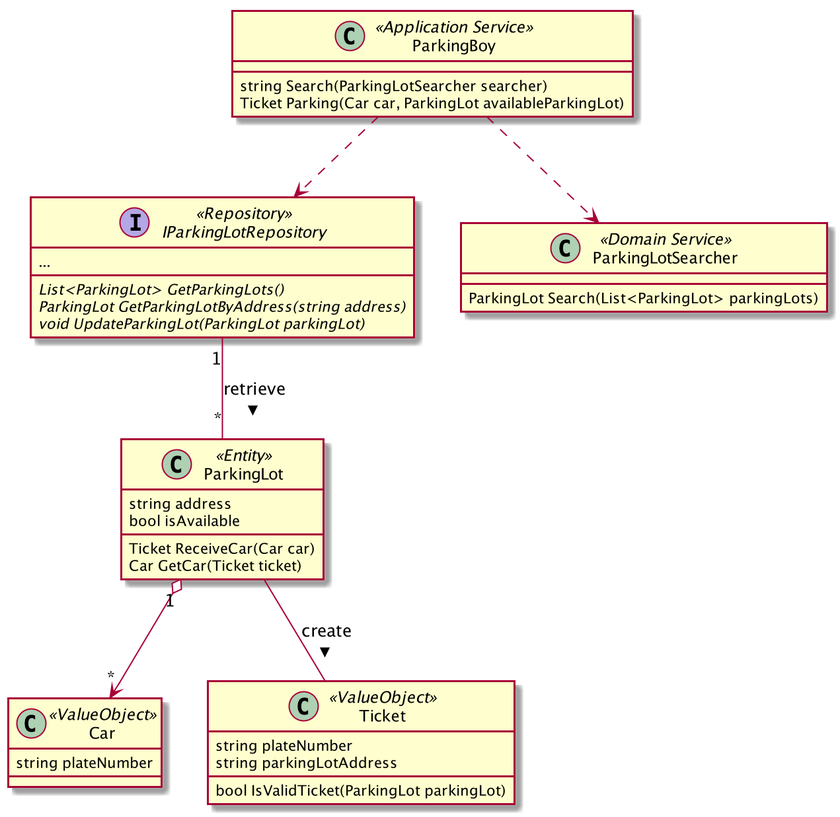
Earlier version of the PlantUML export Parking_Lot.png (hejiangle/DDD-Practice). Source of this version:
```plantuml
@startuml

class ParkingLot <<Entity>> {
    string address
    bool isAvailable

    Ticket ReceiveCar(Car car)
    Car GetCar(Ticket ticket)

}

class Car <<ValueObject>> {
    string plateNumber
}

class Ticket <<ValueObject>> {
    string plateNumber
    string parkingLotAddress

    bool IsValidTicket(ParkingLot parkingLot)
}

class ParkingBoy <<Application Service>> {
    string Search(ParkingLotSearcher searcher)
    Ticket Parking(Car car, ParkingLot availableParkingLot)
}

interface IParkingLotRepository <<Repository>> {
   {abstract} List<ParkingLot> GetParkingLots()
   {abstract} ParkingLot GetParkingLotByAddress(string address)
   {abstract} void UpdateParkingLot(ParkingLot parkingLot)
   ...
}

class ParkingLotSearcher <<Domain Service>> {
    ParkingLot Search(List<ParkingLot> parkingLots)
}


ParkingBoy ..> IParkingLotRepository
ParkingBoy ..> ParkingLotSearcher

IParkingLotRepository "1" -- "*" ParkingLot : retrieve >

ParkingLot "1" o--> "*" Car
ParkingLot -- Ticket : create >

@enduml
```
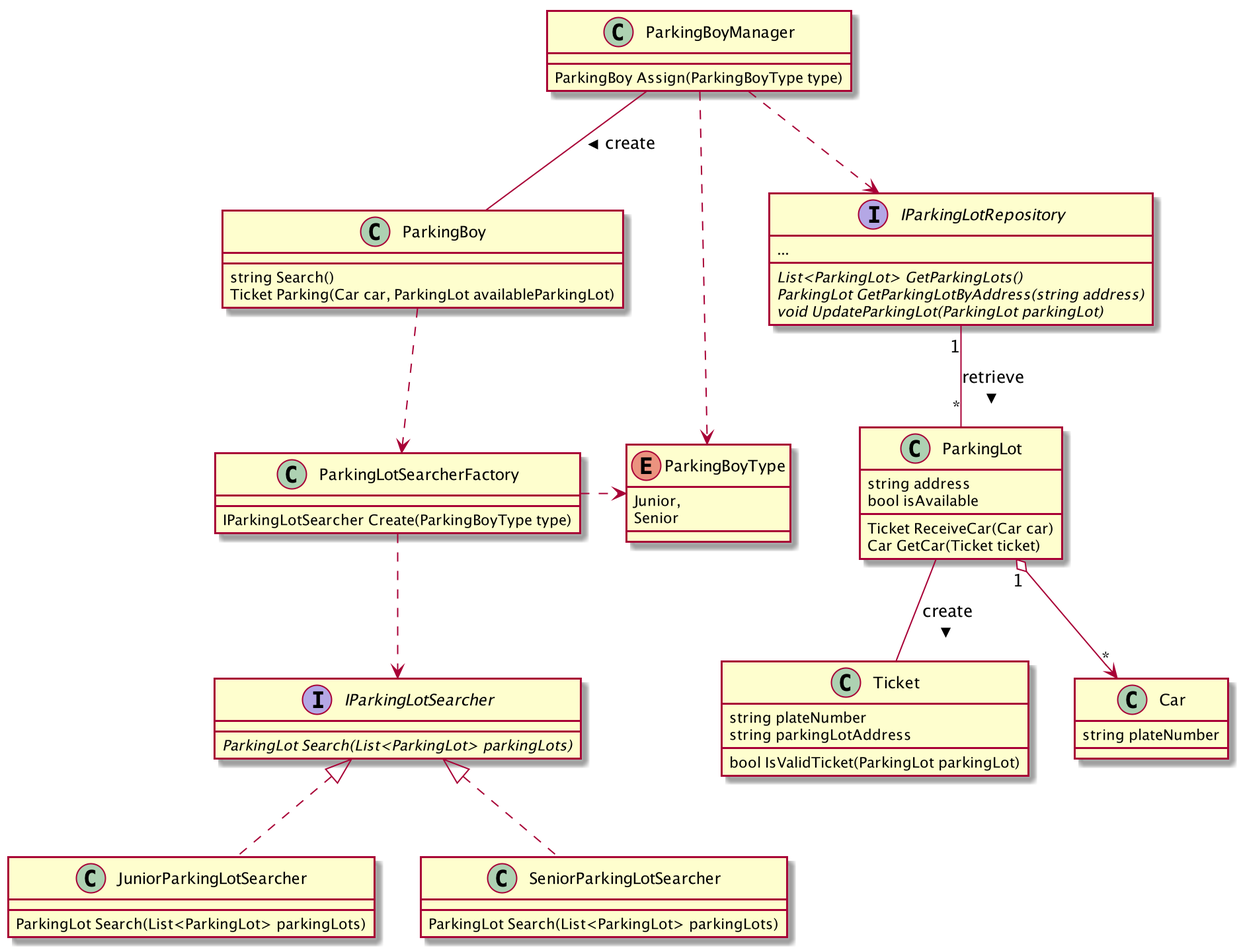
After the commit.

Diff of the diagram source:
```diff
@@ -1,6 +1,6 @@
 @startuml
 
-class ParkingLot <<Entity>> {
+class ParkingLot {
     string address
     bool isAvailable
 
@@ -9,36 +9,66 @@
 
 }
 
-class Car <<ValueObject>> {
+class Car {
     string plateNumber
 }
 
-class Ticket <<ValueObject>> {
+class Ticket {
     string plateNumber
     string parkingLotAddress
 
     bool IsValidTicket(ParkingLot parkingLot)
 }
 
-class ParkingBoy <<Application Service>> {
-    string Search(ParkingLotSearcher searcher)
+class ParkingBoyManager {
+    ParkingBoy Assign(ParkingBoyType type)
+}
+
+class ParkingBoy {
+    string Search()
     Ticket Parking(Car car, ParkingLot availableParkingLot)
 }
 
-interface IParkingLotRepository <<Repository>> {
+class ParkingLotSearcherFactory {
+    IParkingLotSearcher Create(ParkingBoyType type)
+}
+
+interface IParkingLotRepository {
    {abstract} List<ParkingLot> GetParkingLots()
    {abstract} ParkingLot GetParkingLotByAddress(string address)
    {abstract} void UpdateParkingLot(ParkingLot parkingLot)
    ...
 }
 
-class ParkingLotSearcher <<Domain Service>> {
+interface IParkingLotSearcher{
+    {abstract} ParkingLot Search(List<ParkingLot> parkingLots)
+}
+
+class JuniorParkingLotSearcher {
     ParkingLot Search(List<ParkingLot> parkingLots)
 }
 
+class SeniorParkingLotSearcher {
+    ParkingLot Search(List<ParkingLot> parkingLots)
+}
 
-ParkingBoy ..> IParkingLotRepository
-ParkingBoy ..> ParkingLotSearcher
+enum ParkingBoyType {
+    Junior,
+    Senior
+}
+
+ParkingBoyManager -- ParkingBoy : create >
+ParkingBoyManager ..> IParkingLotRepository
+ParkingBoyManager ...> ParkingBoyType
+
+
+ParkingBoy ..> ParkingLotSearcherFactory
+
+ParkingLotSearcherFactory ..> IParkingLotSearcher
+ParkingLotSearcherFactory .> ParkingBoyType
+IParkingLotSearcher <|.. JuniorParkingLotSearcher
+IParkingLotSearcher <|.. SeniorParkingLotSearcher
+
 
 IParkingLotRepository "1" -- "*" ParkingLot : retrieve >
 
```
